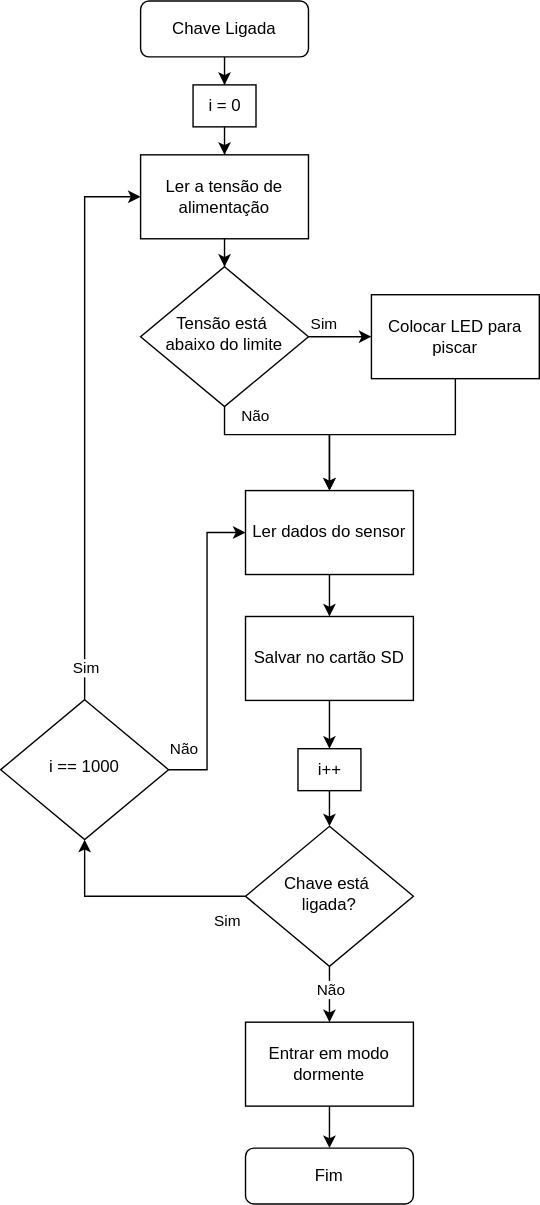
The draw.io diagram projetos/tennistracker/fluxograma_2.svg in teaching-FEEC/ea075-2024.1, before a commit. Source tidied: cells renumbered, new cells last; positions are measured from the earlier drawing's top-left corner, leaving out a move shared by most shapes.
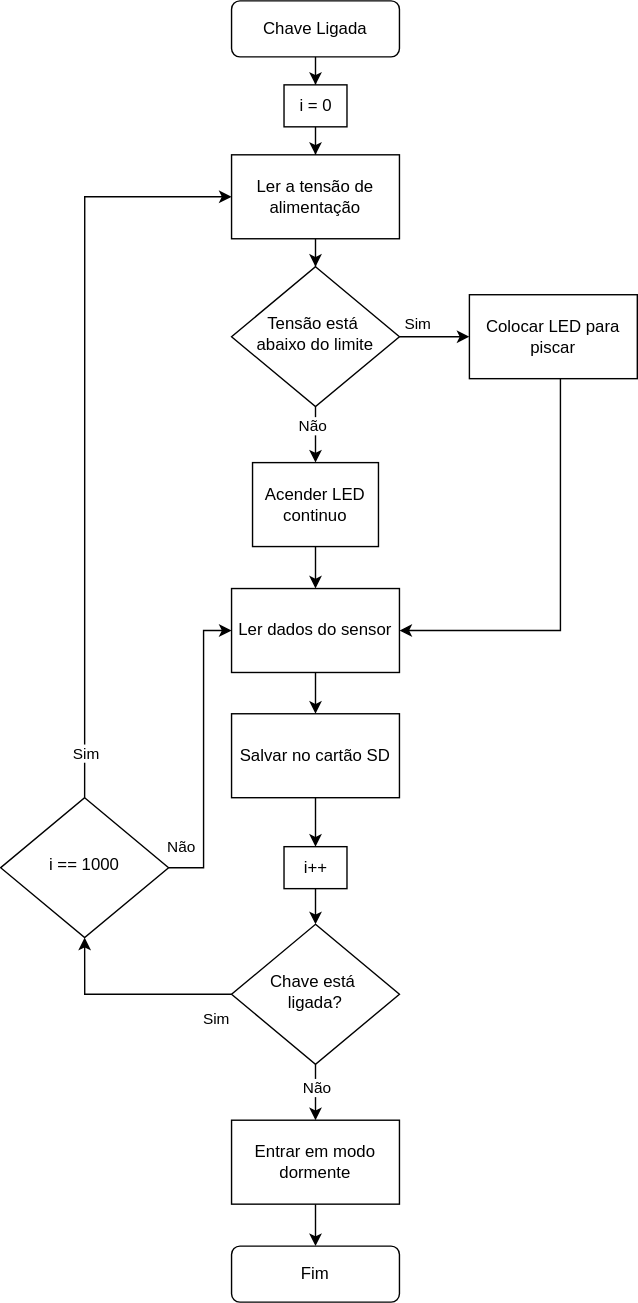
Later version of the same file.

What changed in the source:
```diff
@@ -6,19 +6,19 @@
       <mxGeometry relative="1" as="geometry" />
     </mxCell>
     <mxCell id="3" value="Chave Ligada" style="rounded=1;whiteSpace=wrap;html=1;fontSize=12;glass=0;strokeWidth=1;shadow=0;" parent="1" vertex="1">
-      <mxGeometry x="100" width="120" height="40" as="geometry" />
+      <mxGeometry x="145" width="120" height="40" as="geometry" />
     </mxCell>
-    <mxCell id="4" style="edgeStyle=orthogonalEdgeStyle;rounded=0;jettySize=auto;html=1;entryX=0.5;entryY=0;entryDx=0;entryDy=0;exitX=0.5;exitY=1;exitDx=0;exitDy=0;" parent="1" edge="1" source="8" target="10">
+    <mxCell id="4" style="edgeStyle=orthogonalEdgeStyle;rounded=0;jettySize=auto;html=1;entryX=0.5;entryY=0;entryDx=0;entryDy=0;exitX=0.5;exitY=1;exitDx=0;exitDy=0;" parent="1" edge="1" source="8" target="35">
       <mxGeometry relative="1" as="geometry">
         <Array as="points">
-          <mxPoint x="160" y="310" />
-          <mxPoint x="235" y="310" />
+          <mxPoint x="205" y="300" />
+          <mxPoint x="205" y="300" />
         </Array>
       </mxGeometry>
     </mxCell>
     <mxCell id="5" value="Não" style="edgeLabel;html=1;align=center;verticalAlign=middle;" parent="4" vertex="1">
       <mxGeometry x="0.1" y="1" relative="1" as="geometry">
-        <mxPoint x="-33" y="-13" as="offset" />
+        <mxPoint x="-4" y="-9" as="offset" />
       </mxGeometry>
     </mxCell>
     <mxCell id="6" style="edgeStyle=orthogonalEdgeStyle;rounded=0;jettySize=auto;html=1;entryX=0;entryY=0.5;entryDx=0;entryDy=0;" parent="1" edge="1" source="8" target="14">
@@ -30,41 +30,40 @@
       </mxGeometry>
     </mxCell>
     <mxCell id="8" value="Tensão &lt;span style=&quot;background-color: initial;&quot;&gt;está&amp;nbsp;&lt;/span&gt;&lt;div&gt;abaixo do limite&lt;/div&gt;" style="rhombus;whiteSpace=wrap;html=1;shadow=0;fontFamily=Helvetica;fontSize=12;align=center;strokeWidth=1;spacing=6;spacingTop=-4;" parent="1" vertex="1">
-      <mxGeometry x="100" y="190" width="120" height="100" as="geometry" />
+      <mxGeometry x="145" y="190" width="120" height="100" as="geometry" />
     </mxCell>
     <mxCell id="9" style="edgeStyle=orthogonalEdgeStyle;rounded=0;jettySize=auto;html=1;entryX=0.5;entryY=0;entryDx=0;entryDy=0;" parent="1" edge="1" source="10" target="12">
       <mxGeometry relative="1" as="geometry" />
     </mxCell>
     <mxCell id="10" value="Ler dados do sensor" style="rounded=0;whiteSpace=wrap;html=1;" parent="1" vertex="1">
-      <mxGeometry x="175" y="350" width="120" height="60" as="geometry" />
+      <mxGeometry x="145" y="420" width="120" height="60" as="geometry" />
     </mxCell>
     <mxCell id="11" style="edgeStyle=orthogonalEdgeStyle;rounded=0;jettySize=auto;html=1;entryX=0.5;entryY=0;entryDx=0;entryDy=0;" parent="1" edge="1" source="12" target="26">
       <mxGeometry relative="1" as="geometry" />
     </mxCell>
     <mxCell id="12" value="Salvar no cartão SD" style="rounded=0;whiteSpace=wrap;html=1;" parent="1" vertex="1">
-      <mxGeometry x="175" y="440" width="120" height="60" as="geometry" />
+      <mxGeometry x="145" y="509.5" width="120" height="60" as="geometry" />
     </mxCell>
-    <mxCell id="13" style="edgeStyle=orthogonalEdgeStyle;rounded=0;jettySize=auto;html=1;entryX=0.5;entryY=0;entryDx=0;entryDy=0;" parent="1" edge="1" source="14" target="10">
+    <mxCell id="13" style="edgeStyle=orthogonalEdgeStyle;rounded=0;jettySize=auto;html=1;entryX=1;entryY=0.5;entryDx=0;entryDy=0;" parent="1" edge="1" source="14" target="10">
       <mxGeometry relative="1" as="geometry">
         <Array as="points">
-          <mxPoint x="325" y="310" />
-          <mxPoint x="235" y="310" />
+          <mxPoint x="380" y="450" />
         </Array>
       </mxGeometry>
     </mxCell>
     <mxCell id="14" value="Colocar LED para piscar" style="rounded=0;whiteSpace=wrap;html=1;" parent="1" vertex="1">
-      <mxGeometry x="265" y="210" width="120" height="60" as="geometry" />
+      <mxGeometry x="315" y="210" width="120" height="60" as="geometry" />
     </mxCell>
     <mxCell id="15" style="edgeStyle=orthogonalEdgeStyle;rounded=0;jettySize=auto;html=1;" parent="1" edge="1" source="16" target="8">
       <mxGeometry relative="1" as="geometry" />
     </mxCell>
     <mxCell id="16" value="Ler a tensão de alimentação" style="rounded=0;whiteSpace=wrap;html=1;" parent="1" vertex="1">
-      <mxGeometry x="100" y="110" width="120" height="60" as="geometry" />
+      <mxGeometry x="145" y="110" width="120" height="60" as="geometry" />
     </mxCell>
     <mxCell id="17" style="edgeStyle=orthogonalEdgeStyle;rounded=0;jettySize=auto;html=1;entryX=0.5;entryY=1;entryDx=0;entryDy=0;" parent="1" edge="1" source="21" target="33">
       <mxGeometry relative="1" as="geometry">
         <Array as="points">
-          <mxPoint x="60" y="640" />
+          <mxPoint x="40" y="710" />
         </Array>
       </mxGeometry>
     </mxCell>
@@ -82,37 +81,46 @@
       </mxGeometry>
     </mxCell>
     <mxCell id="21" value="Chave está&amp;nbsp;&lt;div&gt;ligada?&lt;/div&gt;" style="rhombus;whiteSpace=wrap;html=1;shadow=0;fontFamily=Helvetica;fontSize=12;align=center;strokeWidth=1;spacing=6;spacingTop=-4;" parent="1" vertex="1">
-      <mxGeometry x="175" y="590" width="120" height="100" as="geometry" />
+      <mxGeometry x="145" y="660" width="120" height="100" as="geometry" />
     </mxCell>
     <mxCell id="22" style="edgeStyle=orthogonalEdgeStyle;rounded=0;jettySize=auto;html=1;entryX=0.5;entryY=0;entryDx=0;entryDy=0;" parent="1" edge="1" source="23" target="24">
       <mxGeometry relative="1" as="geometry" />
     </mxCell>
     <mxCell id="23" value="Entrar em modo dormente" style="rounded=0;whiteSpace=wrap;html=1;" parent="1" vertex="1">
-      <mxGeometry x="175" y="730" width="120" height="60" as="geometry" />
+      <mxGeometry x="145" y="800" width="120" height="60" as="geometry" />
     </mxCell>
     <mxCell id="24" value="Fim" style="rounded=1;whiteSpace=wrap;html=1;fontSize=12;glass=0;strokeWidth=1;shadow=0;" parent="1" vertex="1">
-      <mxGeometry x="175" y="820" width="120" height="40" as="geometry" />
+      <mxGeometry x="145" y="890" width="120" height="40" as="geometry" />
     </mxCell>
     <mxCell id="25" style="edgeStyle=orthogonalEdgeStyle;rounded=0;jettySize=auto;html=1;entryX=0.5;entryY=0;entryDx=0;entryDy=0;" parent="1" edge="1" source="26" target="21">
       <mxGeometry relative="1" as="geometry" />
     </mxCell>
     <mxCell id="26" value="i++" style="rounded=0;whiteSpace=wrap;html=1;" parent="1" vertex="1">
-      <mxGeometry x="212.5" y="534.5" width="45" height="30" as="geometry" />
+      <mxGeometry x="182.5" y="604.5" width="45" height="30" as="geometry" />
     </mxCell>
     <mxCell id="27" style="edgeStyle=orthogonalEdgeStyle;rounded=0;jettySize=auto;html=1;entryX=0.5;entryY=0;entryDx=0;entryDy=0;" parent="1" edge="1" source="28" target="16">
       <mxGeometry relative="1" as="geometry" />
     </mxCell>
     <mxCell id="28" value="i = 0" style="rounded=0;whiteSpace=wrap;html=1;" parent="1" vertex="1">
-      <mxGeometry x="137.5" y="60" width="45" height="30" as="geometry" />
+      <mxGeometry x="182.5" y="60" width="45" height="30" as="geometry" />
     </mxCell>
-    <mxCell id="29" style="edgeStyle=orthogonalEdgeStyle;rounded=0;jettySize=auto;html=1;entryX=0;entryY=0.5;entryDx=0;entryDy=0;" parent="1" edge="1" source="33" target="16">
-      <mxGeometry relative="1" as="geometry" />
+    <mxCell id="29" style="edgeStyle=orthogonalEdgeStyle;rounded=0;jettySize=auto;html=1;entryX=0;entryY=0.5;entryDx=0;entryDy=0;exitX=0.5;exitY=0;exitDx=0;exitDy=0;" parent="1" edge="1" source="33" target="16">
+      <mxGeometry relative="1" as="geometry">
+        <Array as="points">
+          <mxPoint x="40" y="140" />
+        </Array>
+      </mxGeometry>
     </mxCell>
     <mxCell id="30" value="Sim" style="edgeLabel;html=1;align=center;verticalAlign=middle;" parent="29" vertex="1">
       <mxGeometry x="-0.88" relative="1" as="geometry" />
     </mxCell>
     <mxCell id="31" style="edgeStyle=orthogonalEdgeStyle;rounded=0;jettySize=auto;html=1;entryX=0;entryY=0.5;entryDx=0;entryDy=0;" parent="1" edge="1" source="33" target="10">
-      <mxGeometry relative="1" as="geometry" />
+      <mxGeometry relative="1" as="geometry">
+        <Array as="points">
+          <mxPoint x="125" y="620" />
+          <mxPoint x="125" y="450" />
+        </Array>
+      </mxGeometry>
     </mxCell>
     <mxCell id="32" value="Não" style="edgeLabel;html=1;align=center;verticalAlign=middle;" parent="31" vertex="1">
       <mxGeometry x="-0.83" relative="1" as="geometry">
@@ -120,7 +128,18 @@
       </mxGeometry>
     </mxCell>
     <mxCell id="33" value="i == 1000" style="rhombus;whiteSpace=wrap;html=1;shadow=0;fontFamily=Helvetica;fontSize=12;align=center;strokeWidth=1;spacing=6;spacingTop=-4;" parent="1" vertex="1">
-      <mxGeometry y="499.5" width="120" height="100" as="geometry" />
+      <mxGeometry x="-20" y="569.5" width="120" height="100" as="geometry" />
     </mxCell>
+    <mxCell id="34" style="edgeStyle=orthogonalEdgeStyle;rounded=0;jettySize=auto;html=1;entryX=0.5;entryY=0;entryDx=0;entryDy=0;" parent="1" edge="1" source="35" target="10">
+      <mxGeometry relative="1" as="geometry">
+        <Array as="points">
+          <mxPoint x="205" y="410" />
+          <mxPoint x="205" y="410" />
+        </Array>
+      </mxGeometry>
+    </mxCell>
+    <mxCell id="35" value="Acender LED continuo" style="whiteSpace=wrap;html=1;" parent="1" vertex="1">
+      <mxGeometry x="160" y="330" width="90" height="60" as="geometry" />
+    </mxCell>
   </root>
 </mxGraphModel>
```
